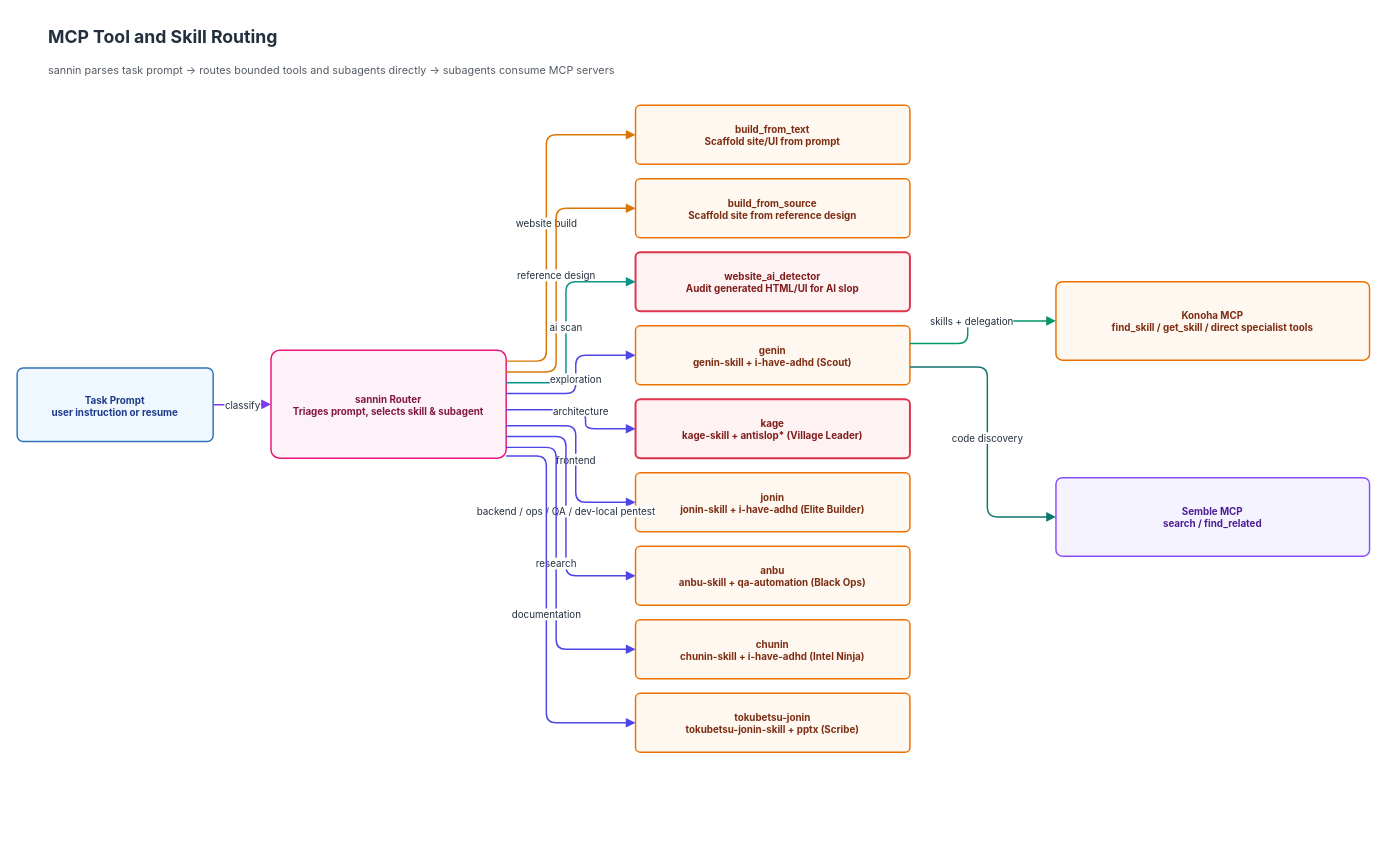
Before: page "03 MCP Tool and Skill Routing" (3 of 16) of docs/diagrams/konoha-enterprise-architecture.drawio in andycungkrinx91/konoha, a draw.io diagram. Source tidied: cells renumbered, new cells numbered last; positions are measured from the earlier drawing's top-left corner, leaving out a move shared by most shapes. Both pictures are drawn from the tidied source at 98%, with x=0, y=0 at pixel (17, 17).
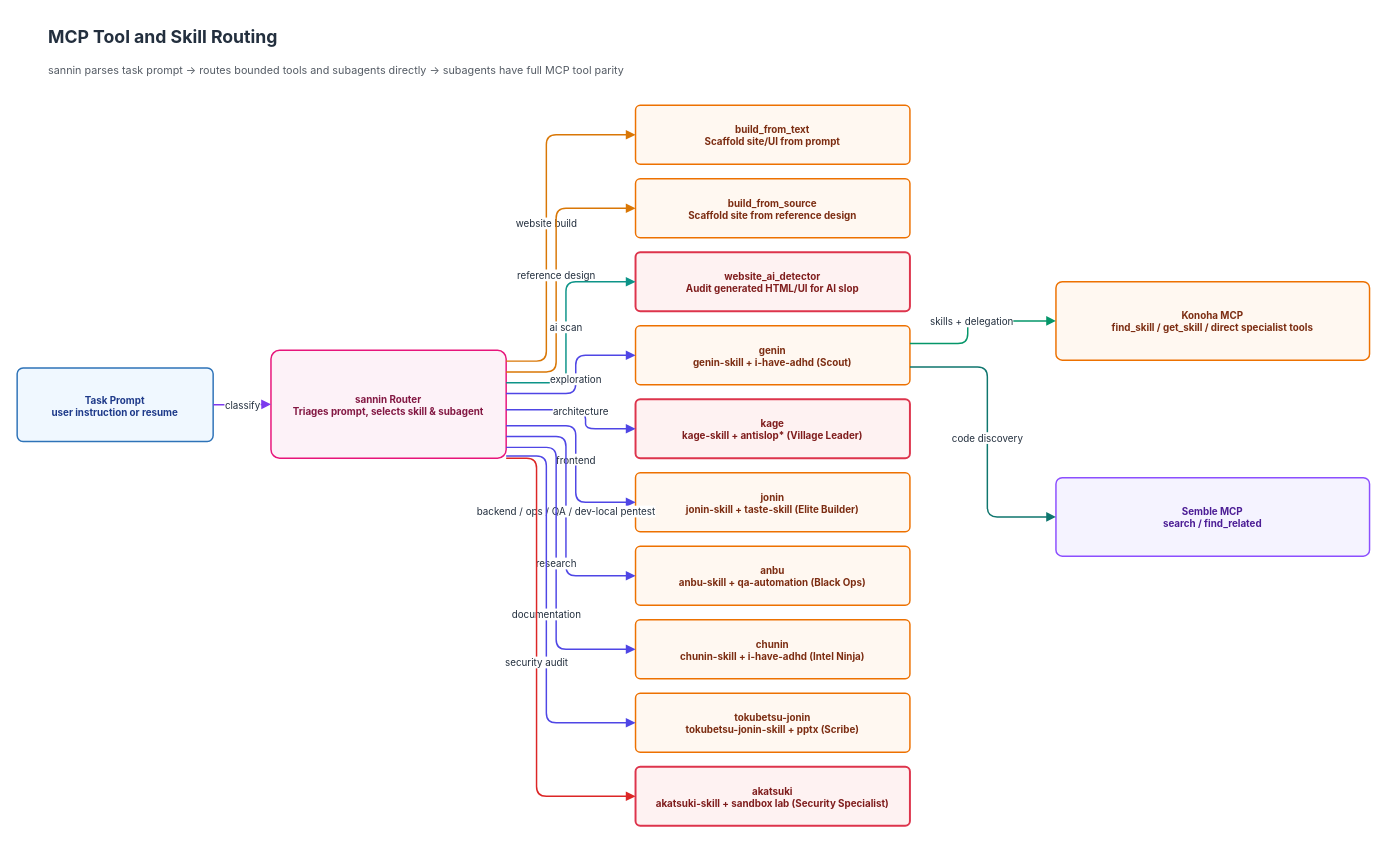
The same diagram, later.

The change refers to these unchanged cells:
```xml
<mxCell id="5" value="sannin Router&#10;Triages prompt, selects skill &amp; subagent" style="rounded=1;arcSize=8;html=1;whiteSpace=wrap;fillColor=#FDF2F8;strokeColor=#E7157B;strokeWidth=1.5;fontFamily=Inter, system-ui, -apple-system;fontSize=10;fontColor=#831843;fontStyle=1;shadow=0;" parent="1" vertex="1">
  <mxGeometry x="259" y="340" width="240" height="110" as="geometry" />
</mxCell>
```

The edit, as a diff of the source:
```diff
@@
-    <mxCell id="3" value="sannin parses task prompt -&gt; routes bounded tools and subagents directly -&gt; subagents consume MCP servers" style="text;html=1;strokeColor=none;fillColor=none;fontFamily=Inter, system-ui, -apple-system;fontSize=11;fontStyle=0;fontColor=#545B64;align=left;verticalAlign=middle;" parent="1" vertex="1">
+    <mxCell id="3" value="sannin parses task prompt -&gt; routes bounded tools and subagents directly -&gt; subagents have full MCP tool parity" style="text;html=1;strokeColor=none;fillColor=none;fontFamily=Inter, system-ui, -apple-system;fontSize=11;fontStyle=0;fontColor=#545B64;align=left;verticalAlign=middle;" parent="1" vertex="1">
       <mxGeometry x="30" y="40" width="950" height="30" as="geometry" />
     </mxCell>
@@
-    <mxCell id="11" value="jonin&#10;jonin-skill + i-have-adhd (Elite Builder)" style="rounded=1;arcSize=8;html=1;whiteSpace=wrap;fillColor=#FFF8F1;strokeColor=#ED7100;strokeWidth=1.5;fontFamily=Inter, system-ui, -apple-system;fontSize=10;fontColor=#7C2D12;fontStyle=1;shadow=0;" parent="1" vertex="1">
+    <mxCell id="11" value="jonin&#10;jonin-skill + taste-skill (Elite Builder)" style="rounded=1;arcSize=8;html=1;whiteSpace=wrap;fillColor=#FFF8F1;strokeColor=#ED7100;strokeWidth=1.5;fontFamily=Inter, system-ui, -apple-system;fontSize=10;fontColor=#7C2D12;fontStyle=1;shadow=0;" parent="1" vertex="1">
       <mxGeometry x="631" y="465" width="280" height="60" as="geometry" />
     </mxCell>
@@
+    <mxCell id="29" value="akatsuki&#10;akatsuki-skill + sandbox lab (Security Specialist)" style="rounded=1;arcSize=8;html=1;whiteSpace=wrap;fillColor=#FEF2F2;strokeColor=#DD344C;strokeWidth=2;fontFamily=Inter, system-ui, -apple-system;fontSize=10;fontColor=#7F1D1D;fontStyle=1;shadow=0;" parent="1" vertex="1">
+      <mxGeometry x="631" y="765" width="280" height="60" as="geometry" />
+    </mxCell>
@@
+    <mxCell id="30" value="security audit" style="edgeStyle=orthogonalEdgeStyle;rounded=1;jettySize=auto;html=1;strokeColor=#dc2626;strokeWidth=1.5;endArrow=block;endFill=1;exitX=1;exitY=1;entryX=0;entryY=0.5;fontFamily=Inter, system-ui, -apple-system;fontSize=10;fontColor=#232F3E;labelBackgroundColor=#FFFFFF;" parent="1" edge="1" source="5" target="29">
+      <mxGeometry relative="1" as="geometry">
+        <Array as="points">
+          <mxPoint x="530" y="450" />
+          <mxPoint x="530" y="795" />
+        </Array>
+      </mxGeometry>
+    </mxCell>
```
